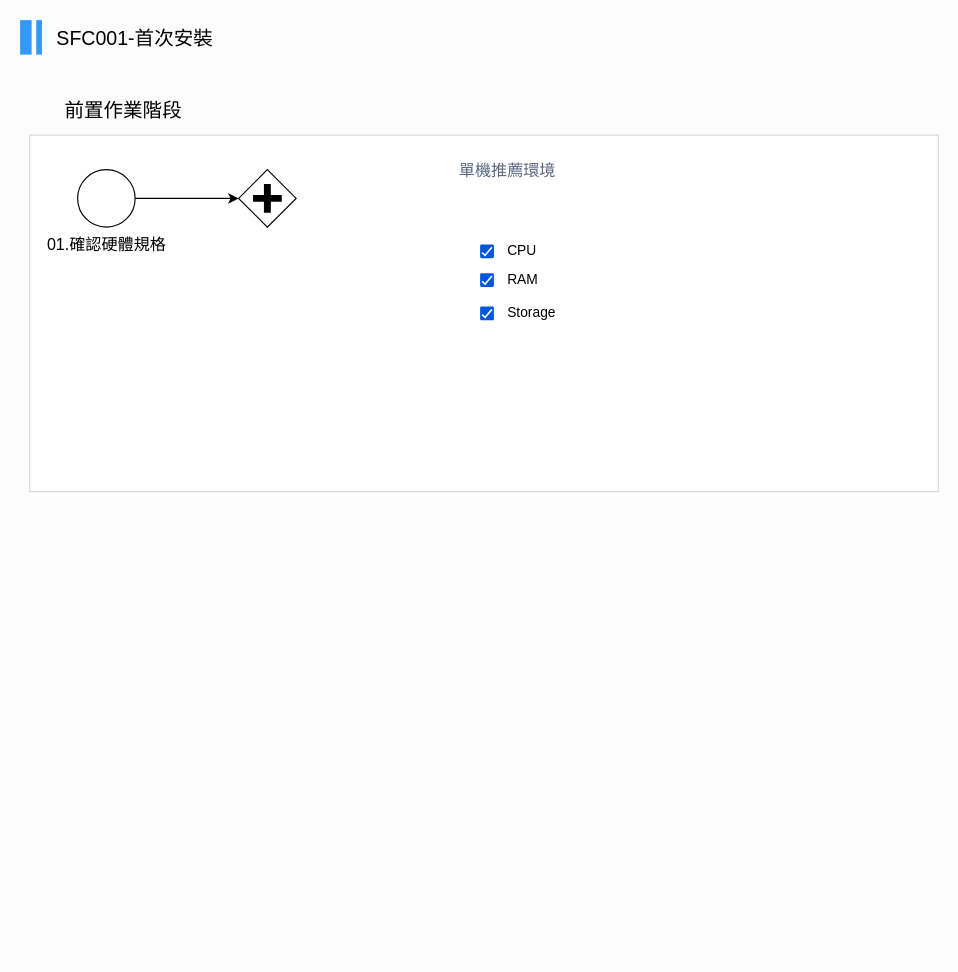
Before: page "第1頁" (1 of 2) of 客戶服務SOP.drawio in frglobal/documents, a draw.io diagram. Source tidied: cells renumbered, new cells numbered last; positions are measured from the earlier drawing's top-left corner, leaving out a move shared by most shapes. Both pictures are drawn from the tidied source at 115%, with x=0, y=0 at pixel (20, 20).
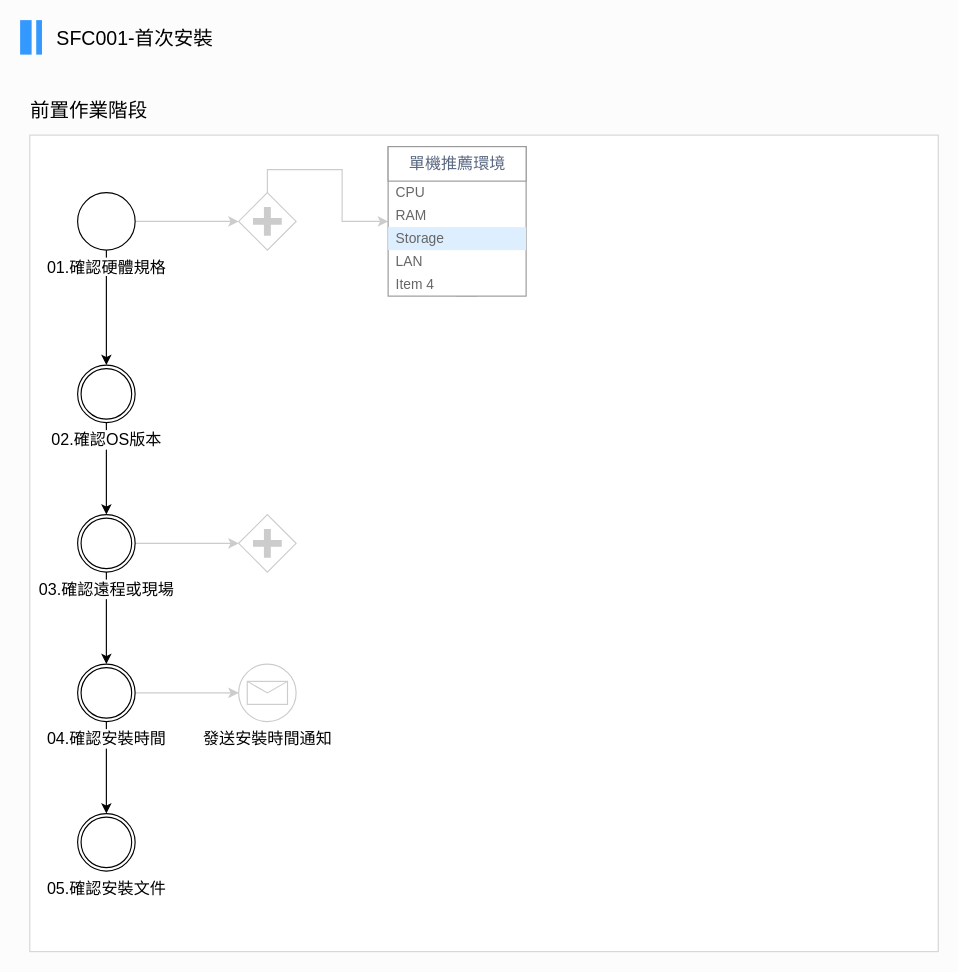
The same page after the edit.

Commit message:
更新客戶服務SOP.drawio

Diff of the diagram source:
```diff
@@
     <mxCell id="2" style="rounded=0;whiteSpace=wrap;html=1;shadow=0;glass=0;comic=0;strokeWidth=1;fontFamily=Noto Sans TC;fontSize=14;align=left;strokeColor=#D6D6D6;" parent="1" vertex="1">
-      <mxGeometry x="8.4" y="100" width="790" height="310" as="geometry" />
+      <mxGeometry x="8.4" y="100" width="790" height="710" as="geometry" />
     </mxCell>
-    <mxCell id="3" style="edgeStyle=orthogonalEdgeStyle;rounded=0;jettySize=auto;html=1;fontFamily=Noto Sans TC;fontSize=17;" parent="1" edge="1" source="4" target="9">
+    <mxCell id="3" style="edgeStyle=orthogonalEdgeStyle;rounded=0;jettySize=auto;html=1;fontFamily=Noto Sans TC;fontSize=17;shadow=0;strokeColor=#CCCCCC;" parent="1" edge="1" source="4" target="9">
       <mxGeometry relative="1" as="geometry" />
     </mxCell>
-    <mxCell id="4" value="&lt;font style=&quot;font-size: 14px;&quot;&gt;01.確認硬體規格&lt;/font&gt;" style="shape=mxgraph.bpmn.shape;html=1;verticalLabelPosition=bottom;labelBackgroundColor=none;verticalAlign=top;align=center;perimeter=ellipsePerimeter;outlineConnect=0;outline=standard;symbol=general;fontFamily=Noto Sans TC;fillColor=none;" parent="1" vertex="1">
-      <mxGeometry x="50" y="130" width="50" height="50" as="geometry" />
-    </mxCell>
+    <mxCell id="15" style="edgeStyle=orthogonalEdgeStyle;rounded=0;jettySize=auto;html=1;shadow=0;strokeColor=#000000;fontFamily=Noto Sans TC;fontSize=14;" parent="1" edge="1" source="4" target="18">
+      <mxGeometry relative="1" as="geometry" />
+    </mxCell>
@@
+    <mxCell id="16" style="edgeStyle=orthogonalEdgeStyle;rounded=0;jettySize=auto;html=1;exitX=0.5;exitY=0;exitDx=0;exitDy=0;shadow=0;strokeColor=#CCCCCC;fontFamily=Noto Sans TC;fontSize=14;" parent="1" edge="1" source="9" target="29">
+      <mxGeometry relative="1" as="geometry" />
+    </mxCell>
-    <mxCell id="9" style="shape=mxgraph.bpmn.shape;html=1;verticalLabelPosition=bottom;labelBackgroundColor=#ffffff;verticalAlign=top;align=center;perimeter=rhombusPerimeter;background=gateway;outlineConnect=0;outline=none;symbol=parallelGw;rounded=1;shadow=0;glass=0;comic=0;strokeColor=#000000;strokeWidth=1;fillColor=none;fontFamily=Noto Sans TC;fontSize=17;" parent="1" vertex="1">
-      <mxGeometry x="190" y="130" width="50" height="50" as="geometry" />
+    <mxCell id="9" style="shape=mxgraph.bpmn.shape;html=1;verticalLabelPosition=bottom;labelBackgroundColor=#ffffff;verticalAlign=top;align=center;perimeter=rhombusPerimeter;background=gateway;outlineConnect=0;outline=none;symbol=parallelGw;rounded=1;shadow=0;glass=0;comic=0;strokeColor=#CCCCCC;strokeWidth=1;fillColor=none;fontFamily=Noto Sans TC;fontSize=17;" parent="1" vertex="1">
+      <mxGeometry x="190" y="150" width="50" height="50" as="geometry" />
     </mxCell>
     <mxCell id="10" value="前置作業階段" style="text;html=1;strokeColor=none;fillColor=none;align=center;verticalAlign=middle;whiteSpace=wrap;rounded=0;shadow=0;glass=0;comic=0;fontFamily=Noto Sans TC;fontSize=17;" parent="1" vertex="1">
-      <mxGeometry x="30" y="70" width="120" height="20" as="geometry" />
+      <mxGeometry y="70" width="120" height="20" as="geometry" />
     </mxCell>
+    <mxCell id="4" value="&lt;font style=&quot;font-size: 14px ; background-color: rgb(255 , 255 , 255)&quot;&gt;01.確認硬體規格&lt;/font&gt;" style="shape=mxgraph.bpmn.shape;html=1;verticalLabelPosition=bottom;labelBackgroundColor=none;verticalAlign=top;align=center;perimeter=ellipsePerimeter;outlineConnect=0;outline=standard;symbol=general;fontFamily=Noto Sans TC;fillColor=none;" parent="1" vertex="1">
+      <mxGeometry x="50" y="150" width="50" height="50" as="geometry" />
+    </mxCell>
+    <mxCell id="17" style="edgeStyle=orthogonalEdgeStyle;rounded=0;jettySize=auto;html=1;shadow=0;strokeColor=#000000;fontFamily=Noto Sans TC;fontSize=14;" parent="1" edge="1" source="18" target="21">
+      <mxGeometry relative="1" as="geometry" />
+    </mxCell>
+    <mxCell id="18" value="02.確認OS版本" style="shape=mxgraph.bpmn.shape;html=1;verticalLabelPosition=bottom;labelBackgroundColor=#ffffff;verticalAlign=top;align=center;perimeter=ellipsePerimeter;outlineConnect=0;outline=throwing;symbol=general;rounded=0;shadow=0;glass=0;comic=0;strokeColor=#000000;strokeWidth=1;fillColor=none;fontFamily=Noto Sans TC;fontSize=14;" parent="1" vertex="1">
+      <mxGeometry x="50" y="300" width="50" height="50" as="geometry" />
+    </mxCell>
+    <mxCell id="19" style="edgeStyle=orthogonalEdgeStyle;rounded=0;jettySize=auto;html=1;shadow=0;strokeColor=#000000;fontFamily=Noto Sans TC;fontSize=14;" parent="1" edge="1" source="21" target="24">
+      <mxGeometry relative="1" as="geometry" />
+    </mxCell>
+    <mxCell id="20" style="edgeStyle=orthogonalEdgeStyle;rounded=0;jettySize=auto;html=1;exitX=1;exitY=0.5;exitDx=0;exitDy=0;shadow=0;strokeColor=#CCCCCC;fontFamily=Noto Sans TC;fontSize=14;" parent="1" edge="1" source="21" target="27">
+      <mxGeometry relative="1" as="geometry" />
+    </mxCell>
+    <mxCell id="21" value="03.確認遠程或現場" style="shape=mxgraph.bpmn.shape;html=1;verticalLabelPosition=bottom;labelBackgroundColor=#ffffff;verticalAlign=top;align=center;perimeter=ellipsePerimeter;outlineConnect=0;outline=throwing;symbol=general;rounded=0;shadow=0;glass=0;comic=0;strokeColor=#000000;strokeWidth=1;fillColor=none;fontFamily=Noto Sans TC;fontSize=14;" parent="1" vertex="1">
+      <mxGeometry x="50" y="430" width="50" height="50" as="geometry" />
+    </mxCell>
+    <mxCell id="22" style="edgeStyle=orthogonalEdgeStyle;rounded=0;jettySize=auto;html=1;shadow=0;strokeColor=#000000;fontFamily=Noto Sans TC;fontSize=14;" parent="1" edge="1" source="24" target="25">
+      <mxGeometry relative="1" as="geometry" />
+    </mxCell>
+    <mxCell id="23" style="edgeStyle=orthogonalEdgeStyle;rounded=0;jettySize=auto;html=1;exitX=1;exitY=0.5;exitDx=0;exitDy=0;entryX=0;entryY=0.5;entryDx=0;entryDy=0;shadow=0;strokeColor=#CCCCCC;fontFamily=Noto Sans TC;fontSize=14;" parent="1" edge="1" source="24" target="26">
+      <mxGeometry relative="1" as="geometry" />
+    </mxCell>
+    <mxCell id="24" value="04.確認安裝時間" style="shape=mxgraph.bpmn.shape;html=1;verticalLabelPosition=bottom;labelBackgroundColor=#ffffff;verticalAlign=top;align=center;perimeter=ellipsePerimeter;outlineConnect=0;outline=throwing;symbol=general;rounded=0;shadow=0;glass=0;comic=0;strokeColor=#000000;strokeWidth=1;fillColor=none;fontFamily=Noto Sans TC;fontSize=14;" parent="1" vertex="1">
+      <mxGeometry x="50" y="560" width="50" height="50" as="geometry" />
+    </mxCell>
+    <mxCell id="25" value="05.確認安裝文件" style="shape=mxgraph.bpmn.shape;html=1;verticalLabelPosition=bottom;labelBackgroundColor=#ffffff;verticalAlign=top;align=center;perimeter=ellipsePerimeter;outlineConnect=0;outline=throwing;symbol=general;rounded=0;shadow=0;glass=0;comic=0;strokeColor=#000000;strokeWidth=1;fillColor=none;fontFamily=Noto Sans TC;fontSize=14;" parent="1" vertex="1">
+      <mxGeometry x="50" y="690" width="50" height="50" as="geometry" />
+    </mxCell>
+    <mxCell id="26" value="發送安裝時間通知" style="shape=mxgraph.bpmn.shape;html=1;verticalLabelPosition=bottom;labelBackgroundColor=#ffffff;verticalAlign=top;align=center;perimeter=ellipsePerimeter;outlineConnect=0;outline=standard;symbol=message;rounded=0;shadow=0;glass=0;comic=0;strokeColor=#CCCCCC;strokeWidth=1;fillColor=none;fontFamily=Noto Sans TC;fontSize=14;" parent="1" vertex="1">
+      <mxGeometry x="190" y="560" width="50" height="50" as="geometry" />
+    </mxCell>
+    <mxCell id="27" style="shape=mxgraph.bpmn.shape;html=1;verticalLabelPosition=bottom;labelBackgroundColor=#ffffff;verticalAlign=top;align=center;perimeter=rhombusPerimeter;background=gateway;outlineConnect=0;outline=none;symbol=parallelGw;rounded=1;shadow=0;glass=0;comic=0;strokeColor=#CCCCCC;strokeWidth=1;fillColor=none;fontFamily=Noto Sans TC;fontSize=17;" parent="1" vertex="1">
+      <mxGeometry x="190" y="430" width="50" height="50" as="geometry" />
+    </mxCell>
+    <mxCell id="28" style="edgeStyle=orthogonalEdgeStyle;rounded=0;jettySize=auto;html=1;shadow=0;strokeColor=#CCCCCC;fontFamily=Noto Sans TC;fontSize=14;" parent="1" edge="1" source="30">
+      <mxGeometry relative="1" as="geometry">
+        <mxPoint x="396.6" y="220" as="targetPoint" />
+      </mxGeometry>
+    </mxCell>
+    <mxCell id="29" style="strokeWidth=1;shadow=0;dashed=0;align=center;html=1;shape=mxgraph.mockup.forms.rrect;rSize=0;strokeColor=#999999;fillColor=#ffffff;rounded=0;glass=0;comic=0;labelBackgroundColor=none;fontFamily=Noto Sans TC;fontSize=14;flipH=0;flipV=0;" parent="1" vertex="1">
+      <mxGeometry x="320" y="110" width="120" height="130" as="geometry" />
+    </mxCell>
-    <mxCell id="11" value="單機推薦環境" style="fillColor=none;strokeColor=none;fontSize=14;fontStyle=0;align=left;fontColor=#596780;rounded=1;shadow=0;glass=0;comic=0;fontFamily=Noto Sans TC;" parent="1" vertex="1">
-      <mxGeometry x="380" y="120" width="90" height="20" as="geometry" />
+    <mxCell id="11" value="&lt;span style=&quot;color: rgb(89 , 103 , 128) ; font-family: &amp;#34;noto sans tc&amp;#34; ; font-size: 14px ; text-align: left&quot;&gt;單機推薦環境&lt;/span&gt;" style="strokeWidth=1;shadow=0;dashed=0;align=center;html=1;shape=mxgraph.mockup.forms.rrect;rSize=0;strokeColor=#999999;fontColor=#008cff;fontSize=17;fillColor=#ffffff;" parent="29" vertex="1">
+      <mxGeometry width="120" height="30" relative="1" as="geometry" />
     </mxCell>
-    <mxCell id="12" value="CPU" style="html=1;shadow=0;dashed=0;shape=mxgraph.atlassian.checkbox_2;fillColor=#0057D8;strokeColor=none;fontColor=#000000;align=left;verticalAlign=middle;fontStyle=0;fontSize=12;labelPosition=right;verticalLabelPosition=middle;spacingLeft=10;rounded=1;glass=0;comic=0;" parent="1" vertex="1">
-      <mxGeometry x="400" y="195" width="12" height="12" as="geometry" />
+    <mxCell id="12" value="CPU" style="strokeWidth=1;shadow=0;dashed=0;align=center;html=1;shape=mxgraph.mockup.forms.anchor;fontSize=12;fontColor=#666666;align=left;spacingLeft=5;" parent="29" vertex="1">
+      <mxGeometry width="120" height="20" relative="1" as="geometry">
+        <mxPoint y="30" as="offset" />
+      </mxGeometry>
     </mxCell>
-    <mxCell id="13" value="RAM" style="html=1;shadow=0;dashed=0;shape=mxgraph.atlassian.checkbox_2;fillColor=#0057D8;strokeColor=none;fontColor=#000000;align=left;verticalAlign=middle;fontStyle=0;fontSize=12;labelPosition=right;verticalLabelPosition=middle;spacingLeft=10;rounded=1;glass=0;comic=0;" parent="1" vertex="1">
-      <mxGeometry x="400" y="220" width="12" height="12" as="geometry" />
+    <mxCell id="13" value="RAM" style="strokeWidth=1;shadow=0;dashed=0;align=center;html=1;shape=mxgraph.mockup.forms.anchor;fontSize=12;fontColor=#666666;align=left;spacingLeft=5;" parent="29" vertex="1">
+      <mxGeometry width="120" height="20" relative="1" as="geometry">
+        <mxPoint y="50" as="offset" />
+      </mxGeometry>
     </mxCell>
-    <mxCell id="14" value="Storage" style="html=1;shadow=0;dashed=0;shape=mxgraph.atlassian.checkbox_2;fillColor=#0057D8;strokeColor=none;fontColor=#000000;align=left;verticalAlign=middle;fontStyle=0;fontSize=12;labelPosition=right;verticalLabelPosition=middle;spacingLeft=10;rounded=1;glass=0;comic=0;" parent="1" vertex="1">
-      <mxGeometry x="400" y="249" width="12" height="12" as="geometry" />
+    <mxCell id="14" value="Storage" style="strokeWidth=1;shadow=0;dashed=0;align=center;html=1;shape=mxgraph.mockup.forms.rrect;rSize=0;fontSize=12;fontColor=#666666;align=left;spacingLeft=5;fillColor=#ddeeff;strokeColor=none;" parent="29" vertex="1">
+      <mxGeometry width="120" height="20" relative="1" as="geometry">
+        <mxPoint y="70" as="offset" />
+      </mxGeometry>
     </mxCell>
+    <mxCell id="30" value="LAN" style="strokeWidth=1;shadow=0;dashed=0;align=center;html=1;shape=mxgraph.mockup.forms.anchor;fontSize=12;fontColor=#666666;align=left;spacingLeft=5;" parent="29" vertex="1">
+      <mxGeometry width="120" height="20" relative="1" as="geometry">
+        <mxPoint y="90" as="offset" />
+      </mxGeometry>
+    </mxCell>
+    <mxCell id="31" value="Item 4" style="strokeWidth=1;shadow=0;dashed=0;align=center;html=1;shape=mxgraph.mockup.forms.anchor;fontSize=12;fontColor=#666666;align=left;spacingLeft=5;" parent="29" vertex="1">
+      <mxGeometry width="120" height="20" relative="1" as="geometry">
+        <mxPoint y="110" as="offset" />
+      </mxGeometry>
+    </mxCell>
```
